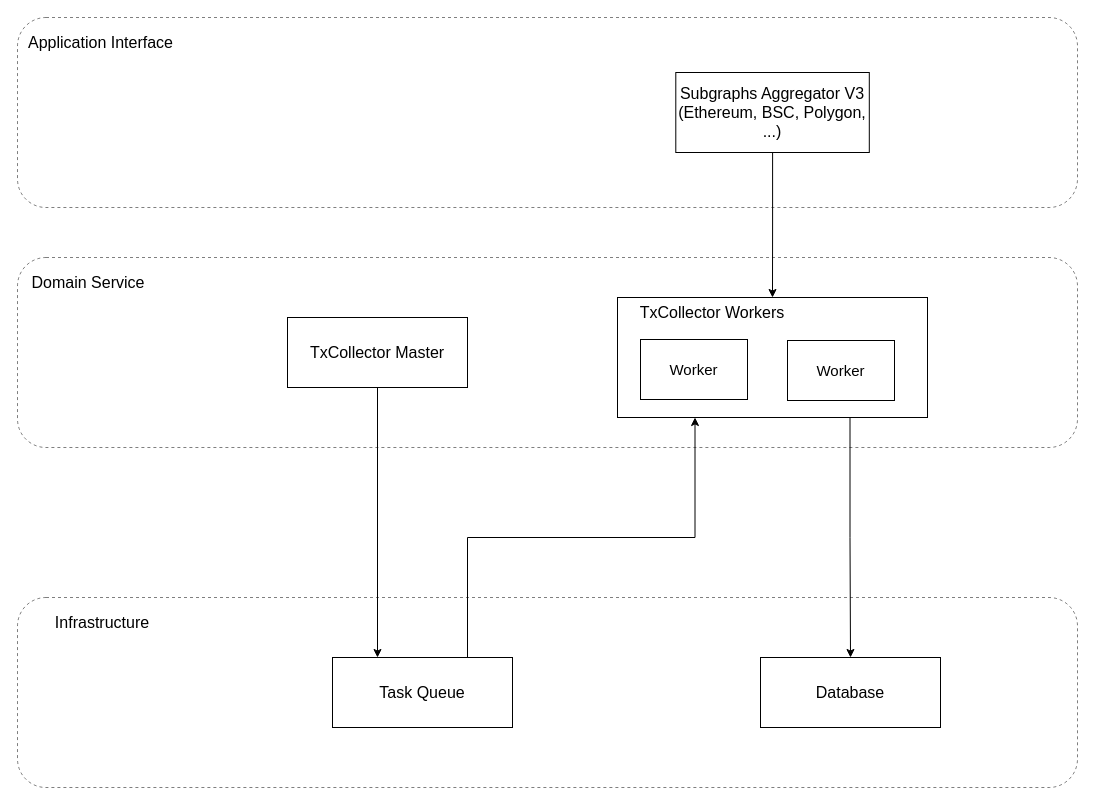
This is TxCollection System Components Diagram.drawio from piavgh/draw.io-data, a draw.io file, before an edit. Source tidied: cells renumbered, new cells numbered last; positions are measured from the earlier drawing's top-left corner, leaving out a move shared by most shapes. Both pictures are drawn from the tidied source at 100%, with x=0, y=0 at pixel (17, 17).
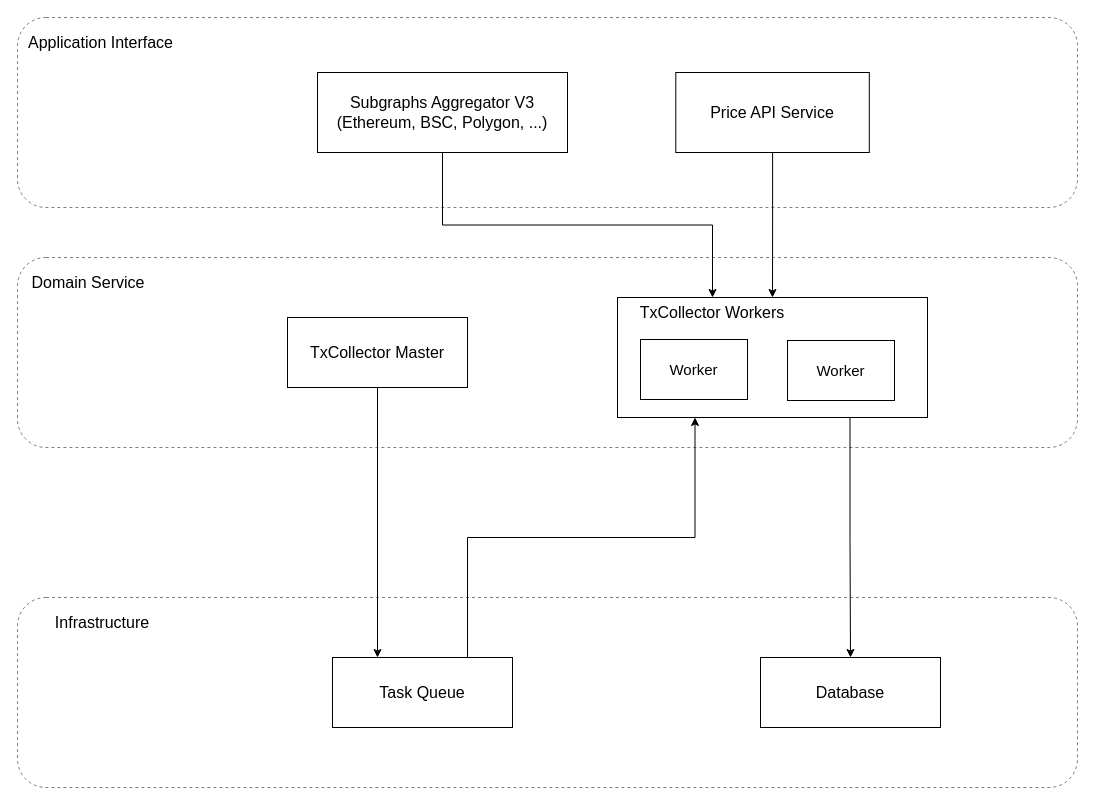
The same page after the edit.

Unchanged cells that the change refers to:
```xml
<mxCell id="8" value="&lt;span style=&quot;font-size: 16px;&quot;&gt;TxCollector Workers&lt;/span&gt;" style="text;html=1;strokeColor=none;fillColor=none;align=center;verticalAlign=middle;whiteSpace=wrap;rounded=0;fontSize=15;" parent="2" vertex="1">
  <mxGeometry x="610" y="40" width="170" height="30" as="geometry" />
</mxCell>
<mxCell id="9" style="group;" parent="1" vertex="1">
  <mxGeometry width="1060" height="190" as="geometry" />
</mxCell>
```

The edit, as a diff of the source:
```diff
@@
-    <mxCell id="12" value="Subgraphs Aggregator V3&lt;br&gt;(Ethereum, BSC, Polygon, ...)" style="rounded=0;whiteSpace=wrap;html=1;fontSize=16;" parent="9" vertex="1">
+    <mxCell id="12" value="Price API Service" style="rounded=0;whiteSpace=wrap;html=1;fontSize=16;" parent="9" vertex="1">
       <mxGeometry x="658.3" y="55" width="193.5" height="80" as="geometry" />
     </mxCell>
+    <mxCell id="22" value="Subgraphs Aggregator V3&lt;br&gt;(Ethereum, BSC, Polygon, ...)" style="rounded=0;whiteSpace=wrap;html=1;fontSize=16;" parent="9" vertex="1">
+      <mxGeometry x="300" y="55" width="250" height="80" as="geometry" />
+    </mxCell>
@@
+    <mxCell id="23" style="edgeStyle=orthogonalEdgeStyle;rounded=0;jettySize=auto;html=1;exitX=0.5;exitY=1;exitDx=0;exitDy=0;entryX=0.5;entryY=0;entryDx=0;entryDy=0;fontSize=14;startArrow=none;startFill=0;endArrow=classic;endFill=1;" parent="1" edge="1" source="22" target="8">
+      <mxGeometry relative="1" as="geometry" />
+    </mxCell>
```
